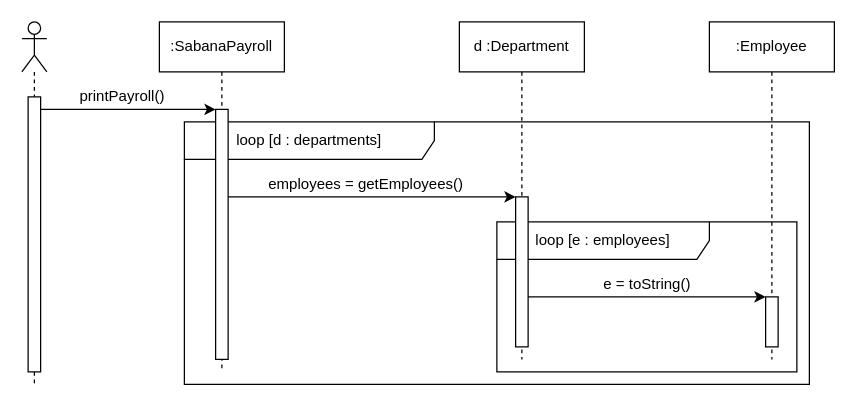
Above: diagrams/printpayroll-sequence-diagram.drawio in Cafeleyos/MUNOZ-SANTOS-SABANA-POOB-2021-1-LAB-ABSTRACT-CLASS (draw.io), before the change. Source tidied: cells renumbered, new cells numbered last; positions are measured from the earlier drawing's top-left corner, leaving out a move shared by most shapes. Both pictures are drawn from the tidied source at 125%, with x=0, y=0 at pixel (21, 21).
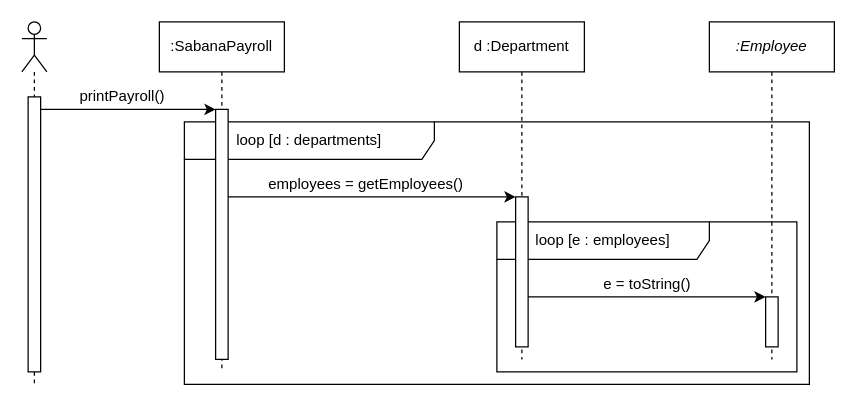
After the change.

Diff of the diagram source:
```diff
@@
-    <mxCell id="14" value=":Employee" style="shape=umlLifeline;perimeter=lifelinePerimeter;whiteSpace=wrap;html=1;" parent="1" vertex="1">
+    <mxCell id="14" value=":Employee" style="shape=umlLifeline;perimeter=lifelinePerimeter;whiteSpace=wrap;html=1;fontStyle=2;" parent="1" vertex="1">
       <mxGeometry x="550" width="100" height="270" as="geometry" />
     </mxCell>
```
